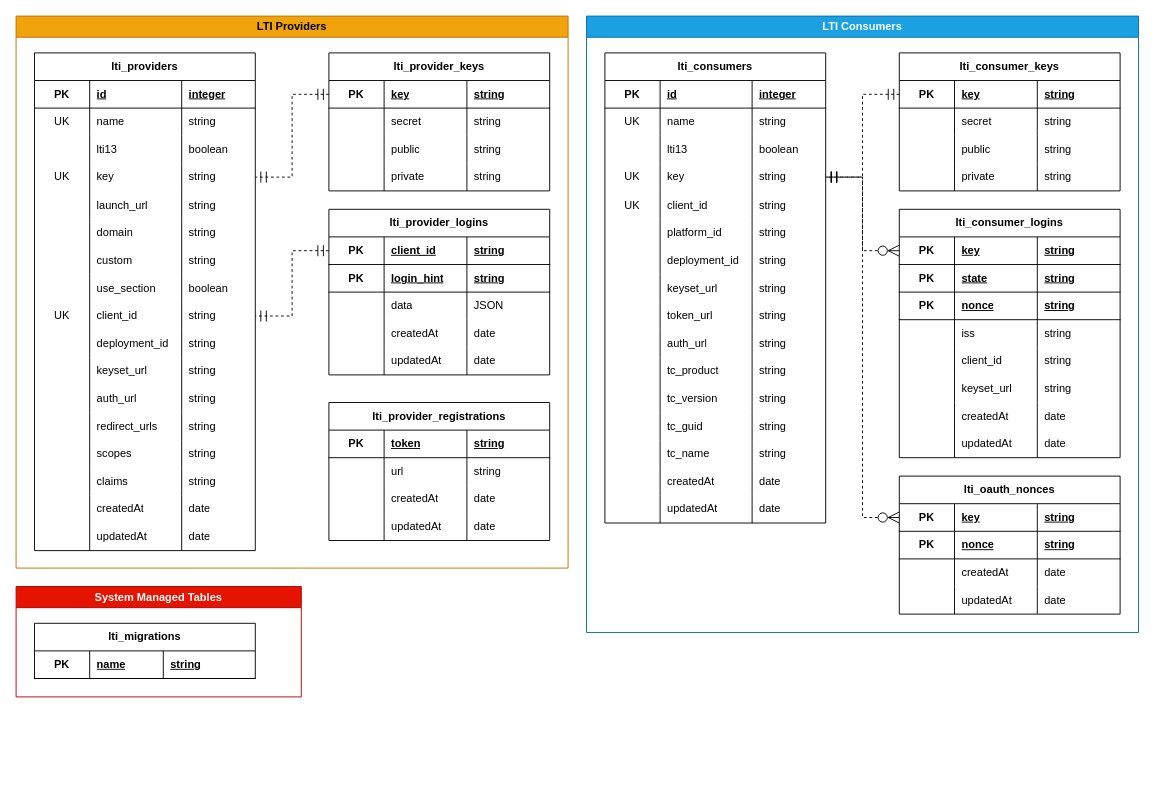
The draw.io diagram docs/content/00-general/01-database/images/lpp_database.drawio in alt-cs-lab/lti-toolkit, before the edit. Source tidied: cells renumbered, new cells numbered last; positions are measured from the earlier drawing's top-left corner, leaving out a move shared by most shapes. Both pictures are drawn from the tidied source at 92%, with x=0, y=0 at pixel (16, 16).
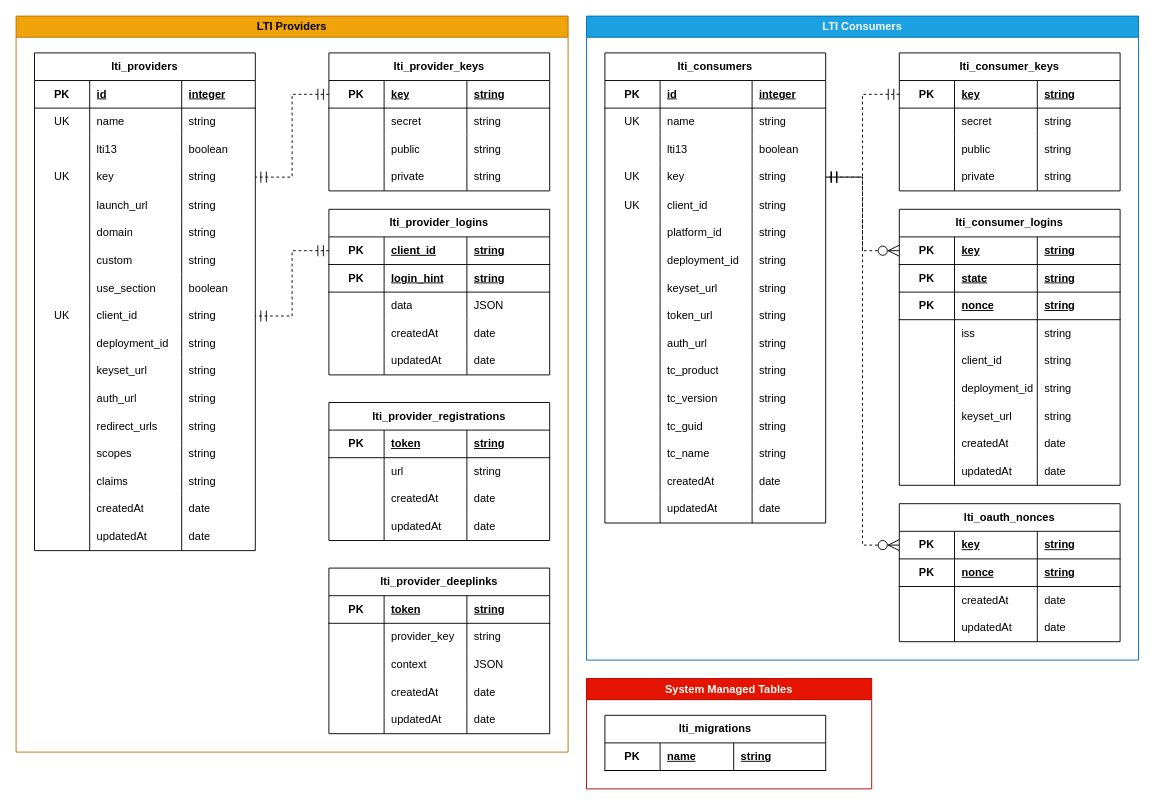
Above is the later version.

What changed in the source:
```diff
@@
     <mxCell id="2" value="System Managed Tables" style="swimlane;whiteSpace=wrap;html=1;fillColor=#e51400;fontColor=#ffffff;strokeColor=#B20000;" parent="1" vertex="1">
-      <mxGeometry y="620" width="310" height="120" as="geometry" />
+      <mxGeometry x="620" y="720" width="310" height="120" as="geometry" />
     </mxCell>
@@
     <mxCell id="8" value="LTI Consumers" style="swimlane;whiteSpace=wrap;html=1;fillColor=#1ba1e2;fontColor=#ffffff;strokeColor=#006EAF;" parent="1" vertex="1">
-      <mxGeometry x="620" width="600" height="670" as="geometry" />
+      <mxGeometry x="620" width="600" height="700" as="geometry" />
     </mxCell>
@@
     <mxCell id="92" value="lti_consumer_logins" style="shape=table;startSize=30;childLayout=tableLayout;rowLines=0;fontStyle=1;align=center;html=1;whiteSpace=wrap;" parent="8" vertex="1">
-      <mxGeometry x="340" y="210" width="240" height="270" as="geometry" />
+      <mxGeometry x="340" y="210" width="240" height="300" as="geometry" />
     </mxCell>
@@
+    <mxCell id="271" style="shape=tableRow;horizontal=0;startSize=0;swimlaneHead=0;swimlaneBody=0;fillColor=none;top=0;left=0;right=0;bottom=0;html=1;swimlaneFillColor=none;swimlaneLine=1;" parent="92" vertex="1">
+      <mxGeometry y="180" width="240" height="30" as="geometry" />
+    </mxCell>
+    <mxCell id="272" style="shape=partialRectangle;fillColor=none;top=0;left=0;bottom=0;right=0;overflow=hidden;html=1;whiteSpace=wrap;" parent="271" vertex="1">
+      <mxGeometry width="60" height="30" as="geometry" />
+    </mxCell>
+    <mxCell id="273" value="deployment_id" style="shape=partialRectangle;fillColor=none;top=0;left=0;bottom=0;right=0;align=left;spacingLeft=6;overflow=hidden;html=1;whiteSpace=wrap;fontStyle=0;" parent="271" vertex="1">
+      <mxGeometry x="60" width="90" height="30" as="geometry" />
+    </mxCell>
+    <mxCell id="274" value="string" style="shape=partialRectangle;fillColor=none;top=0;left=0;bottom=0;right=0;align=left;spacingLeft=6;overflow=hidden;html=1;whiteSpace=wrap;fontStyle=0;" parent="271" vertex="1">
+      <mxGeometry x="150" width="90" height="30" as="geometry" />
+    </mxCell>
     <mxCell id="113" style="shape=tableRow;horizontal=0;startSize=0;swimlaneHead=0;swimlaneBody=0;fillColor=none;top=0;left=0;right=0;bottom=0;html=1;swimlaneFillColor=none;swimlaneLine=1;" parent="92" vertex="1">
-      <mxGeometry y="180" width="240" height="30" as="geometry" />
+      <mxGeometry y="210" width="240" height="30" as="geometry" />
     </mxCell>
@@
     <mxCell id="117" style="shape=tableRow;horizontal=0;startSize=0;swimlaneHead=0;swimlaneBody=0;fillColor=none;top=0;left=0;right=0;bottom=0;html=1;swimlaneFillColor=none;swimlaneLine=1;" parent="92" vertex="1">
-      <mxGeometry y="210" width="240" height="30" as="geometry" />
+      <mxGeometry y="240" width="240" height="30" as="geometry" />
     </mxCell>
@@
     <mxCell id="121" style="shape=tableRow;horizontal=0;startSize=0;swimlaneHead=0;swimlaneBody=0;fillColor=none;top=0;left=0;right=0;bottom=0;html=1;swimlaneFillColor=none;swimlaneLine=1;" parent="92" vertex="1">
-      <mxGeometry y="240" width="240" height="30" as="geometry" />
+      <mxGeometry y="270" width="240" height="30" as="geometry" />
     </mxCell>
@@
     <mxCell id="126" value="lti_oauth_nonces" style="shape=table;startSize=30;childLayout=tableLayout;rowLines=0;fontStyle=1;align=center;html=1;whiteSpace=wrap;" parent="8" vertex="1">
-      <mxGeometry x="340" y="500" width="240" height="150" as="geometry" />
+      <mxGeometry x="340" y="530" width="240" height="150" as="geometry" />
     </mxCell>
@@
     <mxCell id="144" value="LTI Providers" style="swimlane;whiteSpace=wrap;html=1;fillColor=#f0a30a;fontColor=#000000;strokeColor=#BD7000;" parent="1" vertex="1">
-      <mxGeometry width="600" height="600" as="geometry" />
+      <mxGeometry width="600" height="800" as="geometry" />
     </mxCell>
@@
+    <mxCell id="275" value="lti_provider_deeplinks" style="shape=table;startSize=30;childLayout=tableLayout;rowLines=0;fontStyle=1;align=center;html=1;whiteSpace=wrap;" parent="144" vertex="1">
+      <mxGeometry x="340" y="600" width="240" height="180" as="geometry" />
+    </mxCell>
+    <mxCell id="276" style="shape=tableRow;horizontal=0;startSize=0;swimlaneHead=0;swimlaneBody=0;fillColor=none;top=0;left=0;right=0;bottom=1;html=1;" parent="275" vertex="1">
+      <mxGeometry y="30" width="240" height="30" as="geometry" />
+    </mxCell>
+    <mxCell id="277" value="PK" style="shape=partialRectangle;fillColor=none;top=0;left=0;bottom=0;right=0;fontStyle=1;overflow=hidden;html=1;whiteSpace=wrap;" parent="276" vertex="1">
+      <mxGeometry width="60" height="30" as="geometry" />
+    </mxCell>
+    <mxCell id="278" value="token" style="shape=partialRectangle;fillColor=none;top=0;left=0;bottom=0;right=0;align=left;spacingLeft=6;fontStyle=5;overflow=hidden;html=1;whiteSpace=wrap;" parent="276" vertex="1">
+      <mxGeometry x="60" width="90" height="30" as="geometry" />
+    </mxCell>
+    <mxCell id="279" value="string" style="shape=partialRectangle;fillColor=none;top=0;left=0;bottom=0;right=0;align=left;spacingLeft=6;fontStyle=5;overflow=hidden;html=1;whiteSpace=wrap;" parent="276" vertex="1">
+      <mxGeometry x="150" width="90" height="30" as="geometry" />
+    </mxCell>
+    <mxCell id="280" style="shape=tableRow;horizontal=0;startSize=0;swimlaneHead=0;swimlaneBody=0;fillColor=none;top=0;left=0;right=0;bottom=0;html=1;swimlaneFillColor=none;swimlaneLine=1;" parent="275" vertex="1">
+      <mxGeometry y="60" width="240" height="30" as="geometry" />
+    </mxCell>
+    <mxCell id="281" style="shape=partialRectangle;fillColor=none;top=0;left=0;bottom=0;right=0;overflow=hidden;html=1;whiteSpace=wrap;" parent="280" vertex="1">
+      <mxGeometry width="60" height="30" as="geometry" />
+    </mxCell>
+    <mxCell id="282" value="provider_key" style="shape=partialRectangle;fillColor=none;top=0;left=0;bottom=0;right=0;align=left;spacingLeft=6;overflow=hidden;html=1;whiteSpace=wrap;fontStyle=0;" parent="280" vertex="1">
+      <mxGeometry x="60" width="90" height="30" as="geometry" />
+    </mxCell>
+    <mxCell id="283" value="string" style="shape=partialRectangle;fillColor=none;top=0;left=0;bottom=0;right=0;align=left;spacingLeft=6;overflow=hidden;html=1;whiteSpace=wrap;fontStyle=0;" parent="280" vertex="1">
+      <mxGeometry x="150" width="90" height="30" as="geometry" />
+    </mxCell>
+    <mxCell id="284" style="shape=tableRow;horizontal=0;startSize=0;swimlaneHead=0;swimlaneBody=0;fillColor=none;top=0;left=0;right=0;bottom=0;html=1;swimlaneFillColor=none;swimlaneLine=1;" parent="275" vertex="1">
+      <mxGeometry y="90" width="240" height="30" as="geometry" />
+    </mxCell>
+    <mxCell id="285" style="shape=partialRectangle;fillColor=none;top=0;left=0;bottom=0;right=0;overflow=hidden;html=1;whiteSpace=wrap;" parent="284" vertex="1">
+      <mxGeometry width="60" height="30" as="geometry" />
+    </mxCell>
+    <mxCell id="286" value="context" style="shape=partialRectangle;fillColor=none;top=0;left=0;bottom=0;right=0;align=left;spacingLeft=6;overflow=hidden;html=1;whiteSpace=wrap;fontStyle=0;" parent="284" vertex="1">
+      <mxGeometry x="60" width="90" height="30" as="geometry" />
+    </mxCell>
+    <mxCell id="287" value="JSON" style="shape=partialRectangle;fillColor=none;top=0;left=0;bottom=0;right=0;align=left;spacingLeft=6;overflow=hidden;html=1;whiteSpace=wrap;fontStyle=0;" parent="284" vertex="1">
+      <mxGeometry x="150" width="90" height="30" as="geometry" />
+    </mxCell>
+    <mxCell id="288" style="shape=tableRow;horizontal=0;startSize=0;swimlaneHead=0;swimlaneBody=0;fillColor=none;top=0;left=0;right=0;bottom=0;html=1;swimlaneFillColor=none;swimlaneLine=1;" parent="275" vertex="1">
+      <mxGeometry y="120" width="240" height="30" as="geometry" />
+    </mxCell>
+    <mxCell id="289" style="shape=partialRectangle;fillColor=none;top=0;left=0;bottom=0;right=0;overflow=hidden;html=1;whiteSpace=wrap;" parent="288" vertex="1">
+      <mxGeometry width="60" height="30" as="geometry" />
+    </mxCell>
+    <mxCell id="290" value="createdAt" style="shape=partialRectangle;fillColor=none;top=0;left=0;bottom=0;right=0;align=left;spacingLeft=6;overflow=hidden;html=1;whiteSpace=wrap;fontStyle=0;" parent="288" vertex="1">
+      <mxGeometry x="60" width="90" height="30" as="geometry" />
+    </mxCell>
+    <mxCell id="291" value="date" style="shape=partialRectangle;fillColor=none;top=0;left=0;bottom=0;right=0;align=left;spacingLeft=6;overflow=hidden;html=1;whiteSpace=wrap;fontStyle=0;" parent="288" vertex="1">
+      <mxGeometry x="150" width="90" height="30" as="geometry" />
+    </mxCell>
+    <mxCell id="292" style="shape=tableRow;horizontal=0;startSize=0;swimlaneHead=0;swimlaneBody=0;fillColor=none;top=0;left=0;right=0;bottom=0;html=1;swimlaneFillColor=none;swimlaneLine=1;" parent="275" vertex="1">
+      <mxGeometry y="150" width="240" height="30" as="geometry" />
+    </mxCell>
+    <mxCell id="293" style="shape=partialRectangle;fillColor=none;top=0;left=0;bottom=0;right=0;overflow=hidden;html=1;whiteSpace=wrap;" parent="292" vertex="1">
+      <mxGeometry width="60" height="30" as="geometry" />
+    </mxCell>
+    <mxCell id="294" value="updatedAt" style="shape=partialRectangle;fillColor=none;top=0;left=0;bottom=0;right=0;align=left;spacingLeft=6;overflow=hidden;html=1;whiteSpace=wrap;fontStyle=0;" parent="292" vertex="1">
+      <mxGeometry x="60" width="90" height="30" as="geometry" />
+    </mxCell>
+    <mxCell id="295" value="date" style="shape=partialRectangle;fillColor=none;top=0;left=0;bottom=0;right=0;align=left;spacingLeft=6;overflow=hidden;html=1;whiteSpace=wrap;fontStyle=0;" parent="292" vertex="1">
+      <mxGeometry x="150" width="90" height="30" as="geometry" />
+    </mxCell>
```
